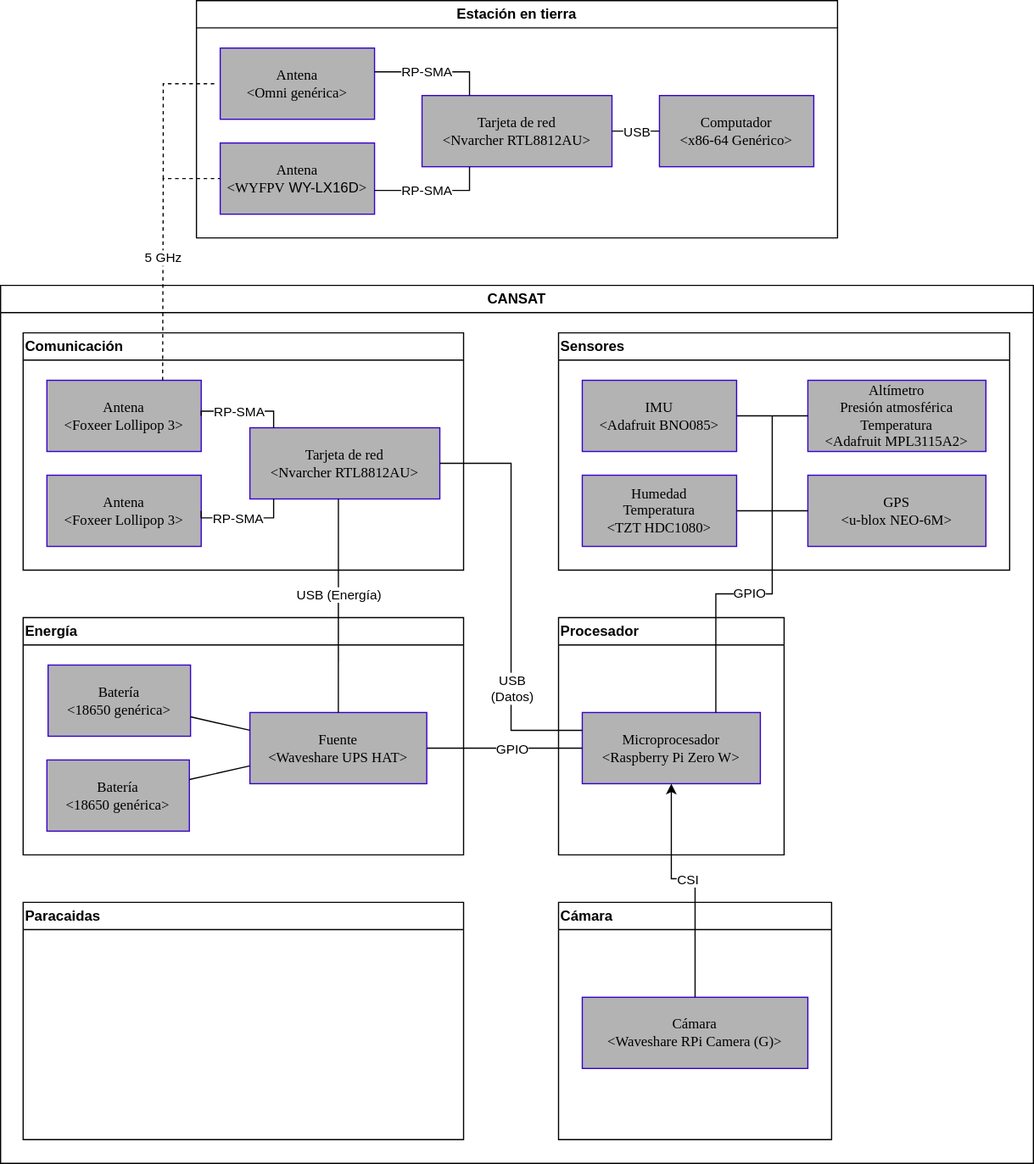
gisat-udec/pillan keeps this draw.io diagram as diseño/rsc/hardware.drawio.svg. Above is the earlier version. Source tidied: cells renumbered, new cells last; positions are measured from the earlier drawing's top-left corner, leaving out a move shared by most shapes.
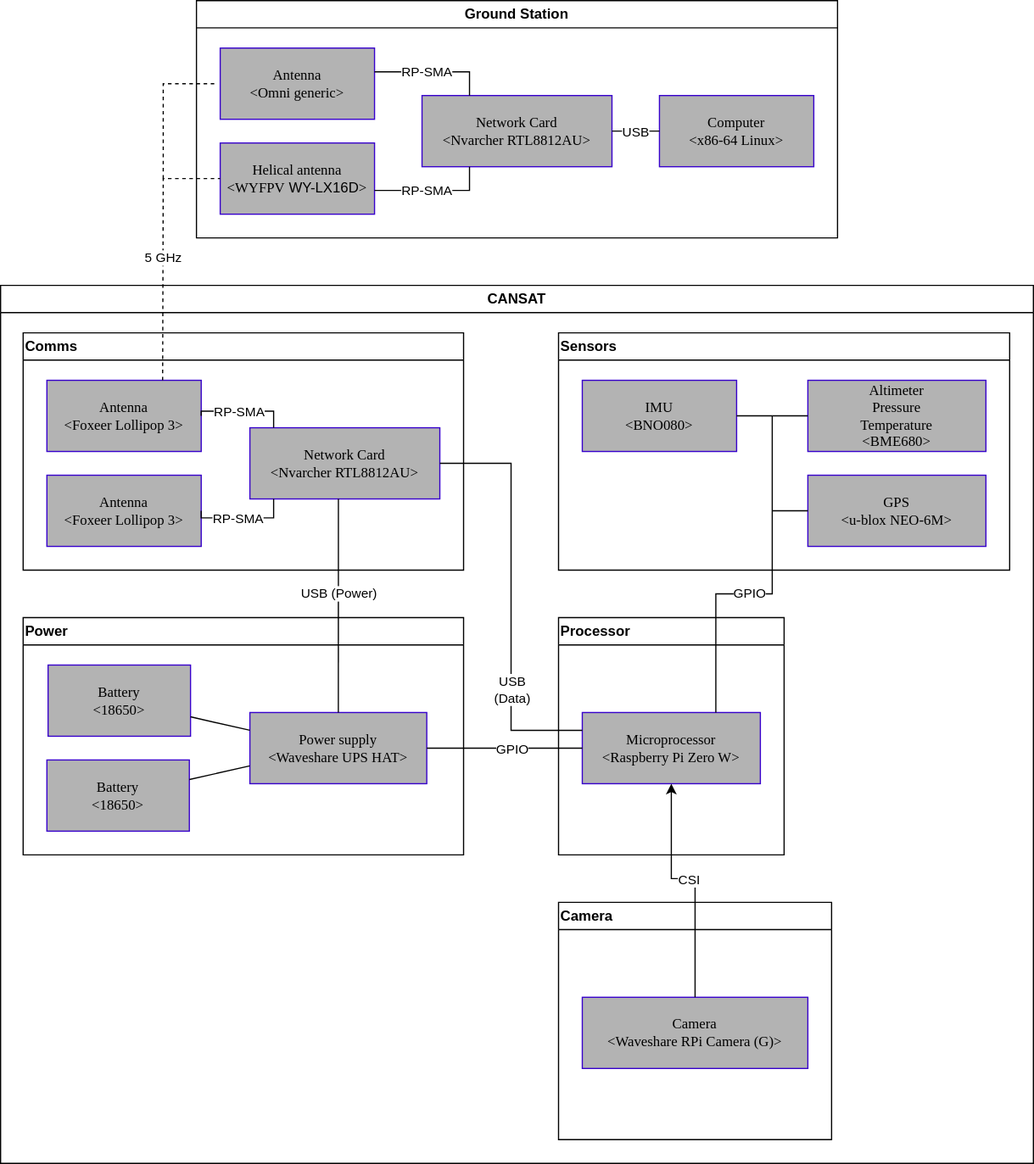
Above is the later version.

Change to the diagram source:
```diff
@@ -2,19 +2,19 @@
   <root>
     <mxCell id="0" />
     <mxCell id="1" parent="0" />
-    <mxCell id="2" value="Estación en tierra" style="swimlane;whiteSpace=wrap;html=1;" parent="1" vertex="1">
+    <mxCell id="2" value="Ground Station" style="swimlane;whiteSpace=wrap;html=1;" parent="1" vertex="1">
       <mxGeometry x="165" width="540" height="200" as="geometry" />
     </mxCell>
-    <mxCell id="3" value="&lt;font face=&quot;Verdana&quot;&gt;Computador&lt;br&gt;&amp;lt;x86-64&amp;nbsp;Genérico&amp;gt;&lt;br&gt;&lt;/font&gt;" style="rounded=0;whiteSpace=wrap;html=1;fillColor=#B3B3B3;fontColor=default;strokeColor=#3700CC;" parent="2" vertex="1">
+    <mxCell id="3" value="&lt;font face=&quot;Verdana&quot;&gt;Computer&lt;br&gt;&amp;lt;x86-64&amp;nbsp;Linux&amp;gt;&lt;br&gt;&lt;/font&gt;" style="rounded=0;whiteSpace=wrap;html=1;fillColor=#B3B3B3;fontColor=default;strokeColor=#3700CC;" parent="2" vertex="1">
       <mxGeometry x="390" y="80" width="130" height="60" as="geometry" />
     </mxCell>
-    <mxCell id="4" value="&lt;font face=&quot;Verdana&quot;&gt;Tarjeta de red&lt;br&gt;&amp;lt;Nvarcher RTL8812AU&amp;gt;&lt;/font&gt;" style="rounded=0;whiteSpace=wrap;html=1;fillColor=#B3B3B3;fontColor=default;strokeColor=#3700CC;" parent="2" vertex="1">
+    <mxCell id="4" value="&lt;font face=&quot;Verdana&quot;&gt;Network Card&lt;br&gt;&amp;lt;Nvarcher RTL8812AU&amp;gt;&lt;/font&gt;" style="rounded=0;whiteSpace=wrap;html=1;fillColor=#B3B3B3;fontColor=default;strokeColor=#3700CC;" parent="2" vertex="1">
       <mxGeometry x="190" y="80" width="160" height="60" as="geometry" />
     </mxCell>
-    <mxCell id="5" value="&lt;font face=&quot;Verdana&quot;&gt;Antena&lt;br&gt;&amp;lt;Omni genérica&amp;gt;&lt;br&gt;&lt;/font&gt;" style="rounded=0;whiteSpace=wrap;html=1;fillColor=#B3B3B3;fontColor=default;strokeColor=#3700CC;" parent="2" vertex="1">
+    <mxCell id="5" value="&lt;font face=&quot;Verdana&quot;&gt;Antenna&lt;br&gt;&amp;lt;Omni generic&amp;gt;&lt;br&gt;&lt;/font&gt;" style="rounded=0;whiteSpace=wrap;html=1;fillColor=#B3B3B3;fontColor=default;strokeColor=#3700CC;" parent="2" vertex="1">
       <mxGeometry x="20" y="40" width="130" height="60" as="geometry" />
     </mxCell>
-    <mxCell id="6" value="&lt;font face=&quot;Verdana&quot;&gt;Antena&lt;br&gt;&amp;lt;WYFPV&lt;/font&gt; WY-LX16D&lt;font face=&quot;Verdana&quot;&gt;&amp;gt;&lt;br&gt;&lt;/font&gt;" style="rounded=0;whiteSpace=wrap;html=1;fillColor=#B3B3B3;fontColor=default;strokeColor=#3700CC;" parent="2" vertex="1">
+    <mxCell id="6" value="&lt;font face=&quot;Verdana&quot;&gt;Helical antenna&lt;br&gt;&amp;lt;WYFPV&lt;/font&gt; WY-LX16D&lt;font face=&quot;Verdana&quot;&gt;&amp;gt;&lt;br&gt;&lt;/font&gt;" style="rounded=0;whiteSpace=wrap;html=1;fillColor=#B3B3B3;fontColor=default;strokeColor=#3700CC;" parent="2" vertex="1">
       <mxGeometry x="20" y="120" width="130" height="60" as="geometry" />
     </mxCell>
     <mxCell id="7" value="RP-SMA" style="endArrow=none;html=1;rounded=0;edgeStyle=elbowEdgeStyle;elbow=vertical;exitX=0.25;exitY=0;exitDx=0;exitDy=0;" parent="2" edge="1" source="4">
@@ -46,16 +46,13 @@
     <mxCell id="11" value="CANSAT" style="swimlane;whiteSpace=wrap;html=1;" parent="1" vertex="1">
       <mxGeometry y="240" width="870" height="740" as="geometry" />
     </mxCell>
-    <mxCell id="12" value="Sensores" style="swimlane;whiteSpace=wrap;html=1;align=left;" parent="11" vertex="1">
+    <mxCell id="12" value="Sensors" style="swimlane;whiteSpace=wrap;html=1;align=left;" parent="11" vertex="1">
       <mxGeometry x="470" y="40" width="380" height="200" as="geometry" />
     </mxCell>
-    <mxCell id="13" value="&lt;font face=&quot;Verdana&quot;&gt;IMU&lt;br&gt;&amp;lt;Adafruit BNO085&amp;gt;&lt;br&gt;&lt;/font&gt;" style="rounded=0;whiteSpace=wrap;html=1;fillColor=#B3B3B3;fontColor=default;strokeColor=#3700CC;" parent="12" vertex="1">
+    <mxCell id="13" value="&lt;font face=&quot;Verdana&quot;&gt;IMU&lt;br&gt;&amp;lt;BNO080&amp;gt;&lt;br&gt;&lt;/font&gt;" style="rounded=0;whiteSpace=wrap;html=1;fillColor=#B3B3B3;fontColor=default;strokeColor=#3700CC;" parent="12" vertex="1">
       <mxGeometry x="20" y="40" width="130" height="60" as="geometry" />
     </mxCell>
-    <mxCell id="14" value="&lt;font face=&quot;Verdana&quot;&gt;Humedad&lt;br&gt;Temperatura&lt;br&gt;&amp;lt;TZT HDC1080&amp;gt;&lt;br&gt;&lt;/font&gt;" style="rounded=0;whiteSpace=wrap;html=1;fillColor=#B3B3B3;fontColor=default;strokeColor=#3700CC;" parent="12" vertex="1">
-      <mxGeometry x="20" y="120" width="130" height="60" as="geometry" />
-    </mxCell>
-    <mxCell id="15" value="&lt;div style=&quot;&quot;&gt;&lt;span style=&quot;font-family: Verdana; background-color: initial;&quot;&gt;Altímetro&lt;/span&gt;&lt;/div&gt;&lt;font face=&quot;Verdana&quot;&gt;&lt;div style=&quot;&quot;&gt;&lt;span style=&quot;background-color: initial;&quot;&gt;Presión atmosférica&lt;/span&gt;&lt;/div&gt;&lt;div style=&quot;&quot;&gt;&lt;span style=&quot;background-color: initial;&quot;&gt;Temperatura&lt;/span&gt;&lt;/div&gt;&lt;div style=&quot;&quot;&gt;&amp;lt;Adafruit MPL3115A2&amp;gt;&lt;/div&gt;&lt;/font&gt;" style="rounded=0;whiteSpace=wrap;html=1;fillColor=#B3B3B3;fontColor=default;strokeColor=#3700CC;align=center;" parent="12" vertex="1">
+    <mxCell id="15" value="&lt;div style=&quot;&quot;&gt;&lt;font face=&quot;Verdana&quot;&gt;Altimeter&lt;/font&gt;&lt;/div&gt;&lt;div style=&quot;&quot;&gt;&lt;font face=&quot;Verdana&quot;&gt;Pressure&lt;/font&gt;&lt;/div&gt;&lt;div style=&quot;&quot;&gt;&lt;font face=&quot;Verdana&quot;&gt;Temperature&lt;/font&gt;&lt;/div&gt;&lt;font face=&quot;Verdana&quot;&gt;&lt;div style=&quot;&quot;&gt;&amp;lt;BME680&amp;gt;&lt;/div&gt;&lt;/font&gt;" style="rounded=0;whiteSpace=wrap;html=1;fillColor=#B3B3B3;fontColor=default;strokeColor=#3700CC;align=center;" parent="12" vertex="1">
       <mxGeometry x="210" y="40" width="150" height="60" as="geometry" />
     </mxCell>
     <mxCell id="16" style="endArrow=none;html=1;rounded=0;" parent="12" edge="1" source="13">
@@ -63,11 +60,6 @@
         <mxPoint x="180" y="70" as="targetPoint" />
       </mxGeometry>
     </mxCell>
-    <mxCell id="17" style="endArrow=none;html=1;rounded=0;" parent="12" edge="1" source="14">
-      <mxGeometry relative="1" as="geometry">
-        <mxPoint x="180" y="150" as="targetPoint" />
-      </mxGeometry>
-    </mxCell>
     <mxCell id="18" style="endArrow=none;html=1;rounded=0;exitX=0;exitY=0.5;exitDx=0;exitDy=0;" parent="12" edge="1" source="15">
       <mxGeometry relative="1" as="geometry">
         <mxPoint x="180" y="70" as="targetPoint" />
@@ -81,16 +73,16 @@
         <mxPoint x="180" y="150" as="targetPoint" />
       </mxGeometry>
     </mxCell>
-    <mxCell id="21" value="Comunicación" style="swimlane;whiteSpace=wrap;html=1;align=left;" parent="11" vertex="1">
+    <mxCell id="21" value="Comms" style="swimlane;whiteSpace=wrap;html=1;align=left;" parent="11" vertex="1">
       <mxGeometry x="19" y="40" width="371" height="200" as="geometry" />
     </mxCell>
-    <mxCell id="22" value="&lt;font face=&quot;Verdana&quot;&gt;Antena&lt;br&gt;&amp;lt;Foxeer Lollipop 3&amp;gt;&lt;br&gt;&lt;/font&gt;" style="rounded=0;whiteSpace=wrap;html=1;fillColor=#B3B3B3;fontColor=default;strokeColor=#3700CC;" parent="21" vertex="1">
+    <mxCell id="22" value="&lt;font face=&quot;Verdana&quot;&gt;Antenna&lt;br&gt;&amp;lt;Foxeer Lollipop 3&amp;gt;&lt;br&gt;&lt;/font&gt;" style="rounded=0;whiteSpace=wrap;html=1;fillColor=#B3B3B3;fontColor=default;strokeColor=#3700CC;" parent="21" vertex="1">
       <mxGeometry x="20" y="40" width="130" height="60" as="geometry" />
     </mxCell>
-    <mxCell id="23" value="&lt;font face=&quot;Verdana&quot;&gt;Antena&lt;br&gt;&amp;lt;Foxeer Lollipop 3&amp;gt;&lt;br&gt;&lt;/font&gt;" style="rounded=0;whiteSpace=wrap;html=1;fillColor=#B3B3B3;fontColor=default;strokeColor=#3700CC;" parent="21" vertex="1">
+    <mxCell id="23" value="&lt;font face=&quot;Verdana&quot;&gt;Antenna&lt;br&gt;&amp;lt;Foxeer Lollipop 3&amp;gt;&lt;br&gt;&lt;/font&gt;" style="rounded=0;whiteSpace=wrap;html=1;fillColor=#B3B3B3;fontColor=default;strokeColor=#3700CC;" parent="21" vertex="1">
       <mxGeometry x="20" y="120" width="130" height="60" as="geometry" />
     </mxCell>
-    <mxCell id="24" value="&lt;font face=&quot;Verdana&quot;&gt;Tarjeta de red&lt;br&gt;&amp;lt;Nvarcher RTL8812AU&amp;gt;&lt;/font&gt;" style="rounded=0;whiteSpace=wrap;html=1;fillColor=#B3B3B3;fontColor=default;strokeColor=#3700CC;" parent="21" vertex="1">
+    <mxCell id="24" value="&lt;font face=&quot;Verdana&quot;&gt;Network Card&lt;br&gt;&amp;lt;Nvarcher RTL8812AU&amp;gt;&lt;/font&gt;" style="rounded=0;whiteSpace=wrap;html=1;fillColor=#B3B3B3;fontColor=default;strokeColor=#3700CC;" parent="21" vertex="1">
       <mxGeometry x="191" y="80" width="160" height="60" as="geometry" />
     </mxCell>
     <mxCell id="25" style="endArrow=none;html=1;rounded=0;entryX=1;entryY=0.5;entryDx=0;entryDy=0;edgeStyle=elbowEdgeStyle;elbow=vertical;" parent="21" edge="1" source="24" target="23">
@@ -117,10 +109,10 @@
         <mxPoint x="-20" as="offset" />
       </mxGeometry>
     </mxCell>
-    <mxCell id="29" value="Procesador" style="swimlane;whiteSpace=wrap;html=1;align=left;" parent="11" vertex="1">
+    <mxCell id="29" value="Processor" style="swimlane;whiteSpace=wrap;html=1;align=left;" parent="11" vertex="1">
       <mxGeometry x="470" y="280" width="190" height="200" as="geometry" />
     </mxCell>
-    <mxCell id="30" value="&lt;font face=&quot;Verdana&quot;&gt;Microprocesador&lt;br&gt;&amp;lt;Raspberry Pi Zero W&amp;gt;&lt;br&gt;&lt;/font&gt;" style="rounded=0;whiteSpace=wrap;html=1;fillColor=#B3B3B3;fontColor=default;strokeColor=#3700CC;" parent="29" vertex="1">
+    <mxCell id="30" value="&lt;font face=&quot;Verdana&quot;&gt;Microprocessor&lt;br&gt;&amp;lt;Raspberry Pi Zero W&amp;gt;&lt;br&gt;&lt;/font&gt;" style="rounded=0;whiteSpace=wrap;html=1;fillColor=#B3B3B3;fontColor=default;strokeColor=#3700CC;" parent="29" vertex="1">
       <mxGeometry x="20" y="80" width="150" height="60" as="geometry" />
     </mxCell>
     <mxCell id="31" style="endArrow=none;html=1;rounded=0;entryX=0;entryY=0.25;entryDx=0;entryDy=0;edgeStyle=elbowEdgeStyle;" parent="11" edge="1" source="24" target="30">
@@ -130,21 +122,21 @@
         </Array>
       </mxGeometry>
     </mxCell>
-    <mxCell id="32" value="USB&lt;br&gt;(Datos)" style="edgeLabel;html=1;align=center;verticalAlign=middle;" parent="31" vertex="1">
+    <mxCell id="32" value="USB&lt;br&gt;(Data)" style="edgeLabel;html=1;align=center;verticalAlign=middle;" parent="31" vertex="1">
       <mxGeometry x="0.29" relative="1" as="geometry">
         <mxPoint y="28" as="offset" />
       </mxGeometry>
     </mxCell>
-    <mxCell id="33" value="Energía" style="swimlane;whiteSpace=wrap;html=1;startSize=23;align=left;" parent="11" vertex="1">
+    <mxCell id="33" value="Power" style="swimlane;whiteSpace=wrap;html=1;startSize=23;align=left;" parent="11" vertex="1">
       <mxGeometry x="19" y="280" width="371" height="200" as="geometry" />
     </mxCell>
-    <mxCell id="34" value="&lt;font face=&quot;Verdana&quot;&gt;Batería&lt;br&gt;&amp;lt;18650 genérica&amp;gt;&lt;br&gt;&lt;/font&gt;" style="rounded=0;whiteSpace=wrap;html=1;fillColor=#B3B3B3;fontColor=default;strokeColor=#3700CC;" parent="33" vertex="1">
+    <mxCell id="34" value="&lt;font face=&quot;Verdana&quot;&gt;Battery&lt;br&gt;&amp;lt;18650&amp;gt;&lt;br&gt;&lt;/font&gt;" style="rounded=0;whiteSpace=wrap;html=1;fillColor=#B3B3B3;fontColor=default;strokeColor=#3700CC;" parent="33" vertex="1">
       <mxGeometry x="21" y="40" width="120" height="60" as="geometry" />
     </mxCell>
-    <mxCell id="35" value="&lt;font face=&quot;Verdana&quot;&gt;Batería&lt;br&gt;&amp;lt;18650 genérica&amp;gt;&lt;br&gt;&lt;/font&gt;" style="rounded=0;whiteSpace=wrap;html=1;fillColor=#B3B3B3;fontColor=default;strokeColor=#3700CC;" parent="33" vertex="1">
+    <mxCell id="35" value="&lt;font face=&quot;Verdana&quot;&gt;Battery&lt;br&gt;&amp;lt;18650&amp;gt;&lt;br&gt;&lt;/font&gt;" style="rounded=0;whiteSpace=wrap;html=1;fillColor=#B3B3B3;fontColor=default;strokeColor=#3700CC;" parent="33" vertex="1">
       <mxGeometry x="20" y="120" width="120" height="60" as="geometry" />
     </mxCell>
-    <mxCell id="36" value="&lt;font face=&quot;Verdana&quot;&gt;Fuente&lt;br&gt;&amp;lt;Waveshare UPS HAT&amp;gt;&lt;br&gt;&lt;/font&gt;" style="rounded=0;whiteSpace=wrap;html=1;fillColor=#B3B3B3;fontColor=default;strokeColor=#3700CC;" parent="33" vertex="1">
+    <mxCell id="36" value="&lt;font face=&quot;Verdana&quot;&gt;Power supply&lt;br&gt;&amp;lt;Waveshare UPS HAT&amp;gt;&lt;br&gt;&lt;/font&gt;" style="rounded=0;whiteSpace=wrap;html=1;fillColor=#B3B3B3;fontColor=default;strokeColor=#3700CC;" parent="33" vertex="1">
       <mxGeometry x="191" y="80" width="149" height="60" as="geometry" />
     </mxCell>
     <mxCell id="37" style="endArrow=none;html=1;rounded=0;entryX=0;entryY=0.25;entryDx=0;entryDy=0;" parent="33" edge="1" source="34" target="36">
@@ -156,7 +148,7 @@
     <mxCell id="39" style="endArrow=none;html=1;rounded=0;entryX=0.466;entryY=1;entryDx=0;entryDy=0;entryPerimeter=0;" parent="11" edge="1" source="36" target="24">
       <mxGeometry relative="1" as="geometry" />
     </mxCell>
-    <mxCell id="40" value="USB (Energía)" style="edgeLabel;html=1;align=center;verticalAlign=middle;" parent="39" vertex="1">
+    <mxCell id="40" value="USB (Power)" style="edgeLabel;html=1;align=center;verticalAlign=middle;" parent="39" vertex="1">
       <mxGeometry x="0.13" y="1" relative="1" as="geometry">
         <mxPoint x="1" y="2" as="offset" />
       </mxGeometry>
@@ -182,13 +174,10 @@
         <mxPoint x="-20" y="1" as="offset" />
       </mxGeometry>
     </mxCell>
-    <mxCell id="45" value="Paracaidas" style="swimlane;whiteSpace=wrap;html=1;align=left;" parent="11" vertex="1">
-      <mxGeometry x="19" y="520" width="371" height="200" as="geometry" />
-    </mxCell>
-    <mxCell id="46" value="Cámara" style="swimlane;whiteSpace=wrap;html=1;startSize=23;align=left;" parent="11" vertex="1">
+    <mxCell id="46" value="Camera" style="swimlane;whiteSpace=wrap;html=1;startSize=23;align=left;" parent="11" vertex="1">
       <mxGeometry x="470" y="520" width="230" height="200" as="geometry" />
     </mxCell>
-    <mxCell id="47" value="&lt;font face=&quot;Verdana&quot;&gt;Cámara&lt;br&gt;&amp;lt;Waveshare RPi Camera (G)&amp;gt;&lt;br&gt;&lt;/font&gt;" style="rounded=0;whiteSpace=wrap;html=1;fillColor=#B3B3B3;fontColor=default;strokeColor=#3700CC;" parent="46" vertex="1">
+    <mxCell id="47" value="&lt;font face=&quot;Verdana&quot;&gt;Camera&lt;br&gt;&amp;lt;Waveshare RPi Camera (G)&amp;gt;&lt;br&gt;&lt;/font&gt;" style="rounded=0;whiteSpace=wrap;html=1;fillColor=#B3B3B3;fontColor=default;strokeColor=#3700CC;" parent="46" vertex="1">
       <mxGeometry x="20" y="80" width="190" height="60" as="geometry" />
     </mxCell>
     <mxCell id="48" style="edgeStyle=orthogonalEdgeStyle;rounded=0;jettySize=auto;html=1;entryX=0.5;entryY=1;entryDx=0;entryDy=0;" parent="11" edge="1" source="47" target="30">
```
